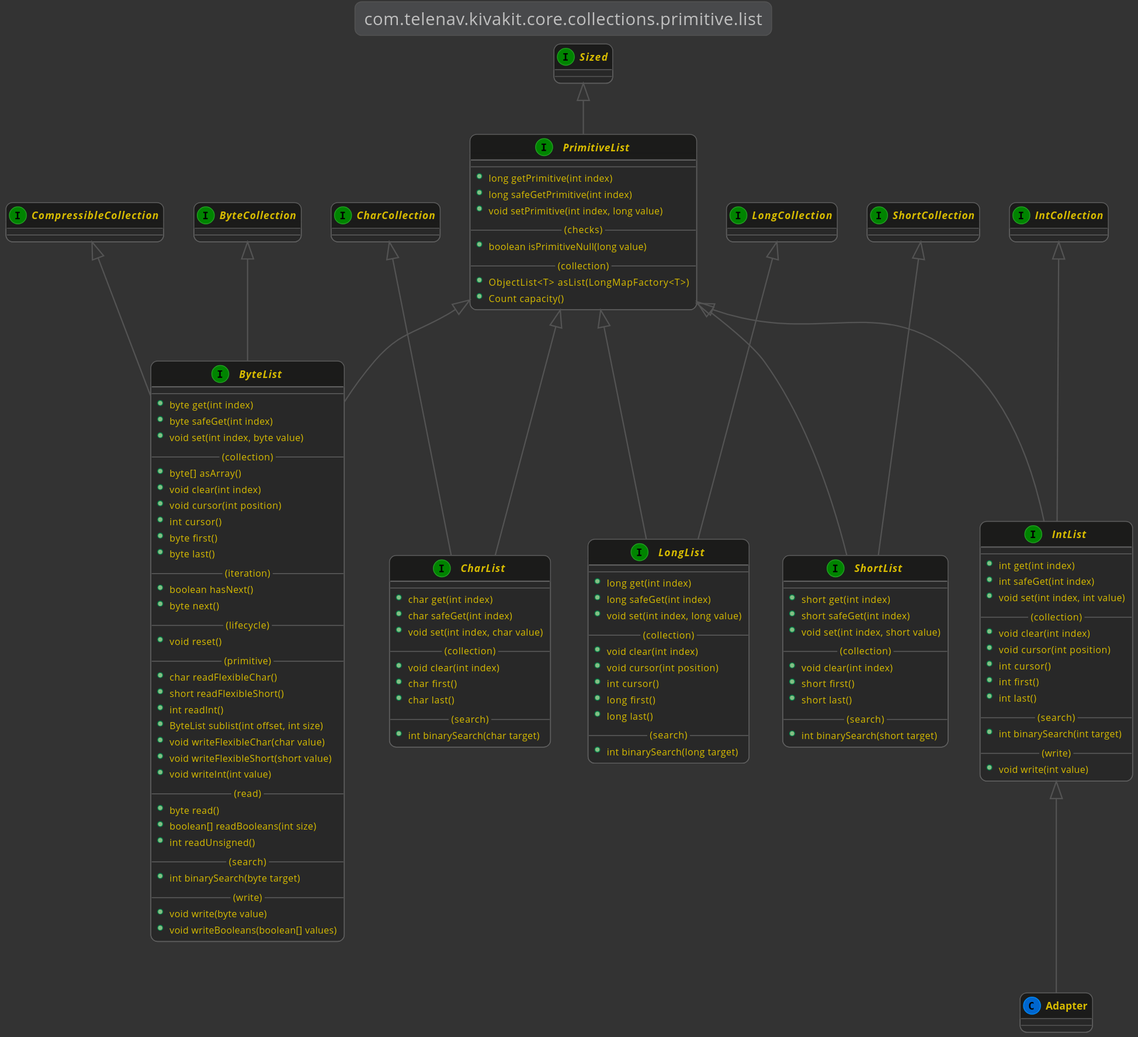
Above: kivakit-core/collections/documentation/diagrams/com.telenav.kivakit.core.collections.primitive.list.svg in Telenav/kivakit (PlantUML), before the change.
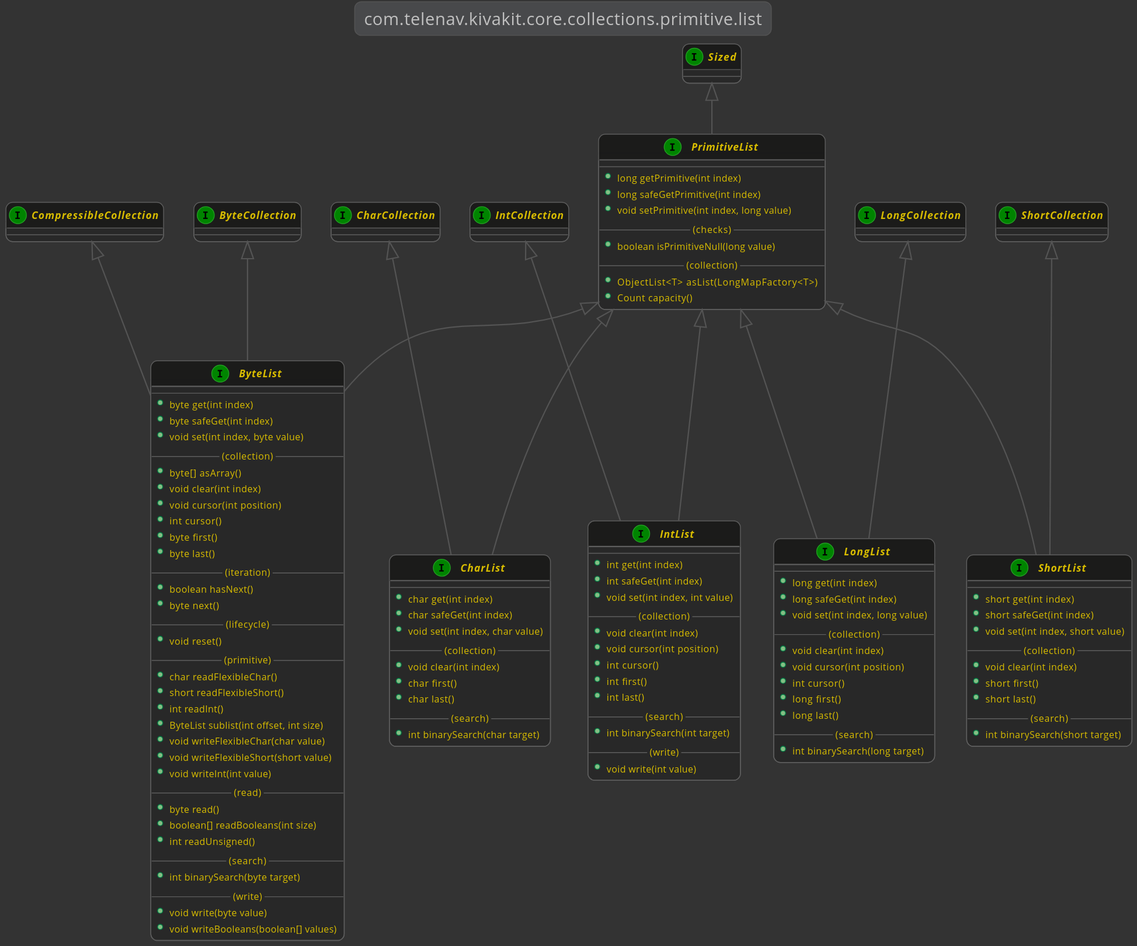
After the change.

What changed in the source:
```diff
@@ -3,13 +3,6 @@
     !include ../lexakai/lexakai.theme
 
     title "com.telenav.kivakit.core.collections.primitive.list"
-
-    interface IntList
-
-    IntList <|-- IntList.Adapter
-    class IntList.Adapter
-    {
-    }
 
     interface ByteCollection
     interface CompressibleCollection
```
